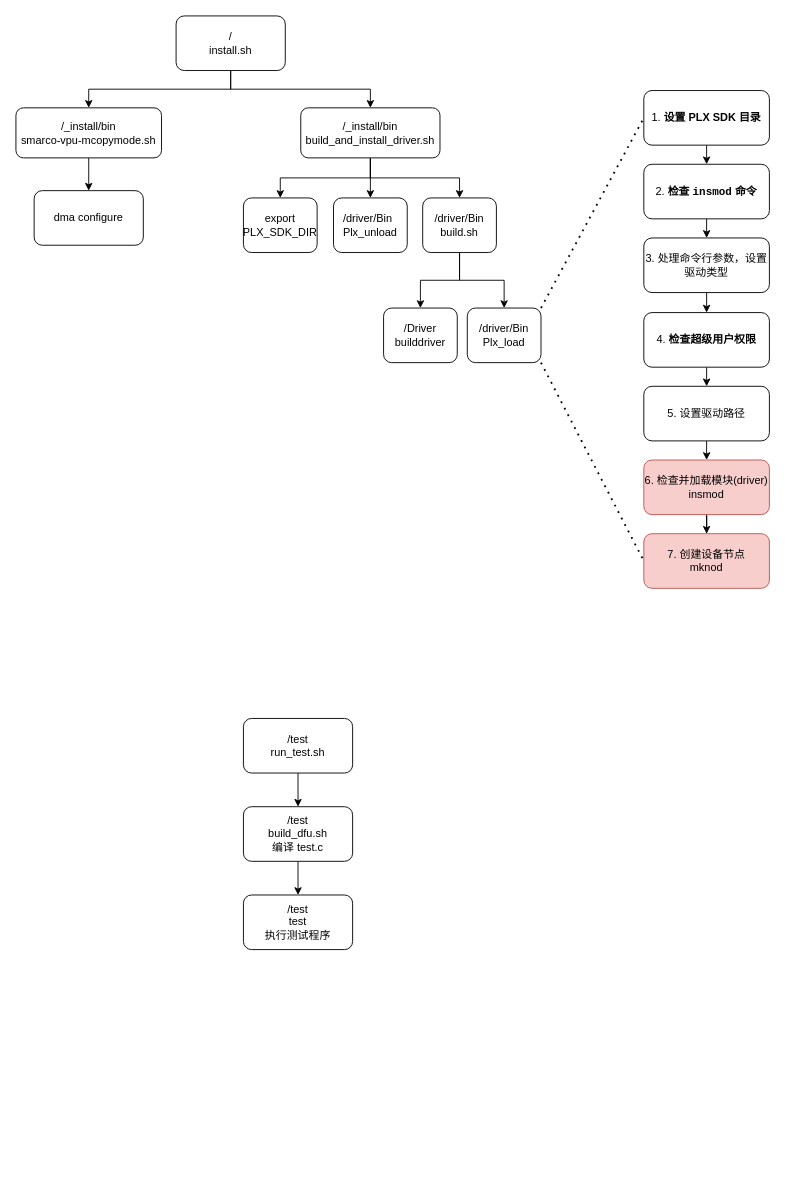
gaohongy/drawio keeps this draw.io diagram as runtime.drawio. Above is the earlier version. Source tidied: cells renumbered, new cells numbered last; positions are measured from the earlier drawing's top-left corner, leaving out a move shared by most shapes. Both pictures are drawn from the tidied source at 91%, with x=0, y=0 at pixel (15, 15).
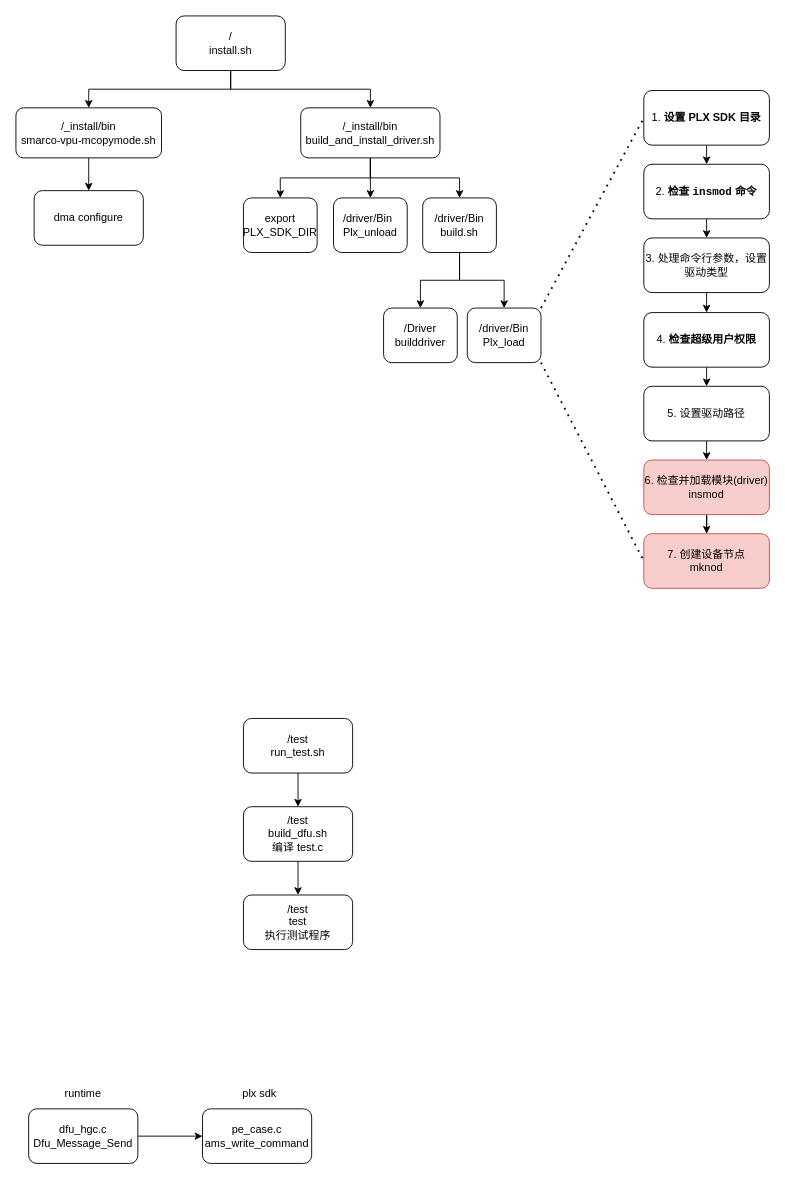
Above is the later version.

What changed in the source:
```diff
@@
+    <mxCell id="39" style="edgeStyle=orthogonalEdgeStyle;rounded=0;jettySize=auto;html=1;exitX=1;exitY=0.5;exitDx=0;exitDy=0;entryX=0;entryY=0.5;entryDx=0;entryDy=0;" parent="1" edge="1" source="40" target="41">
+      <mxGeometry relative="1" as="geometry" />
+    </mxCell>
+    <mxCell id="40" value="dfu_hgc.c&lt;div&gt;Dfu_Message_Send&lt;/div&gt;" style="rounded=1;whiteSpace=wrap;html=1;" parent="1" vertex="1">
+      <mxGeometry x="14" y="1201" width="120" height="60" as="geometry" />
+    </mxCell>
+    <mxCell id="41" value="pe_case.c&lt;div&gt;ams_write_command&lt;/div&gt;" style="rounded=1;whiteSpace=wrap;html=1;" parent="1" vertex="1">
+      <mxGeometry x="205" y="1201" width="120" height="60" as="geometry" />
+    </mxCell>
+    <mxCell id="42" value="runtime" style="text;html=1;align=center;verticalAlign=middle;whiteSpace=wrap;rounded=0;" parent="1" vertex="1">
+      <mxGeometry x="44" y="1169" width="60" height="30" as="geometry" />
+    </mxCell>
+    <mxCell id="43" value="plx sdk" style="text;html=1;align=center;verticalAlign=middle;whiteSpace=wrap;rounded=0;" parent="1" vertex="1">
+      <mxGeometry x="238" y="1169" width="60" height="30" as="geometry" />
+    </mxCell>
```
